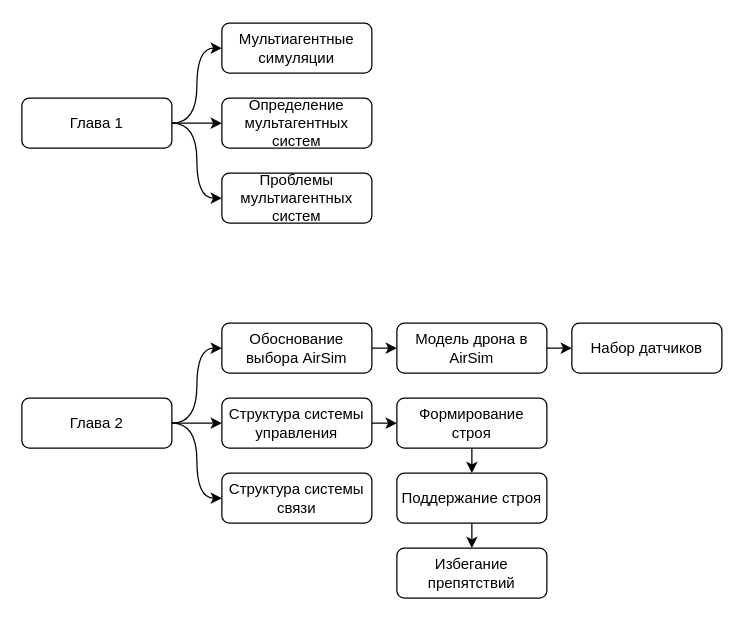
The draw.io diagram structure.drawio in siberfrost/swarm-control-system, before the edit. Source tidied: cells renumbered, new cells numbered last; positions are measured from the earlier drawing's top-left corner, leaving out a move shared by most shapes. Both pictures are drawn from the tidied source at 125%, with x=0, y=0 at pixel (21, 22).
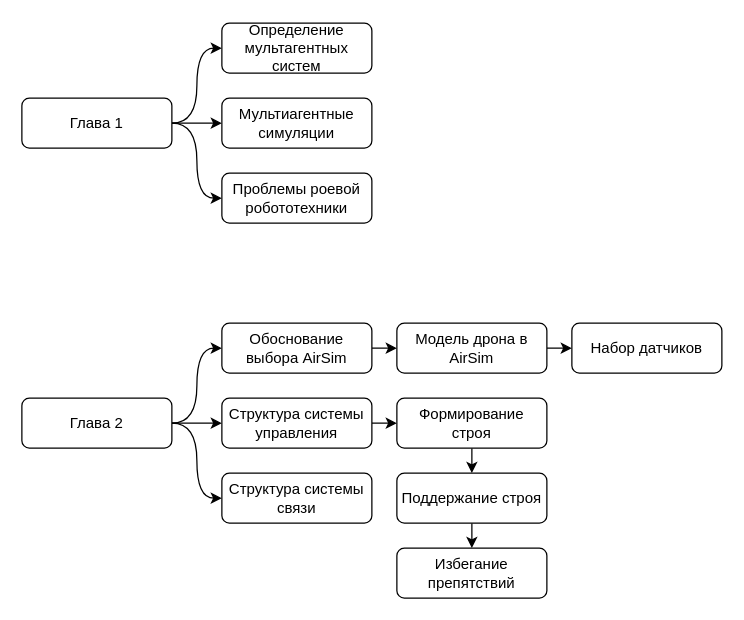
The same diagram, later.

The edit, as a diff of the source:
```diff
@@
-    <mxCell id="6" value="Мультиагентные симуляции" style="rounded=1;whiteSpace=wrap;html=1;" parent="1" vertex="1">
+    <mxCell id="6" value="Определение мультагентных систем" style="rounded=1;whiteSpace=wrap;html=1;" parent="1" vertex="1">
       <mxGeometry x="160" width="120" height="40" as="geometry" />
     </mxCell>
-    <mxCell id="7" value="Определение мультагентных систем" style="rounded=1;whiteSpace=wrap;html=1;" parent="1" vertex="1">
+    <mxCell id="7" value="Мультиагентные симуляции" style="rounded=1;whiteSpace=wrap;html=1;" parent="1" vertex="1">
       <mxGeometry x="160" y="60" width="120" height="40" as="geometry" />
     </mxCell>
-    <mxCell id="8" value="Проблемы мультиагентных систем" style="rounded=1;whiteSpace=wrap;html=1;" parent="1" vertex="1">
+    <mxCell id="8" value="Проблемы роевой робототехники" style="rounded=1;whiteSpace=wrap;html=1;" parent="1" vertex="1">
       <mxGeometry x="160" y="120" width="120" height="40" as="geometry" />
     </mxCell>
```
